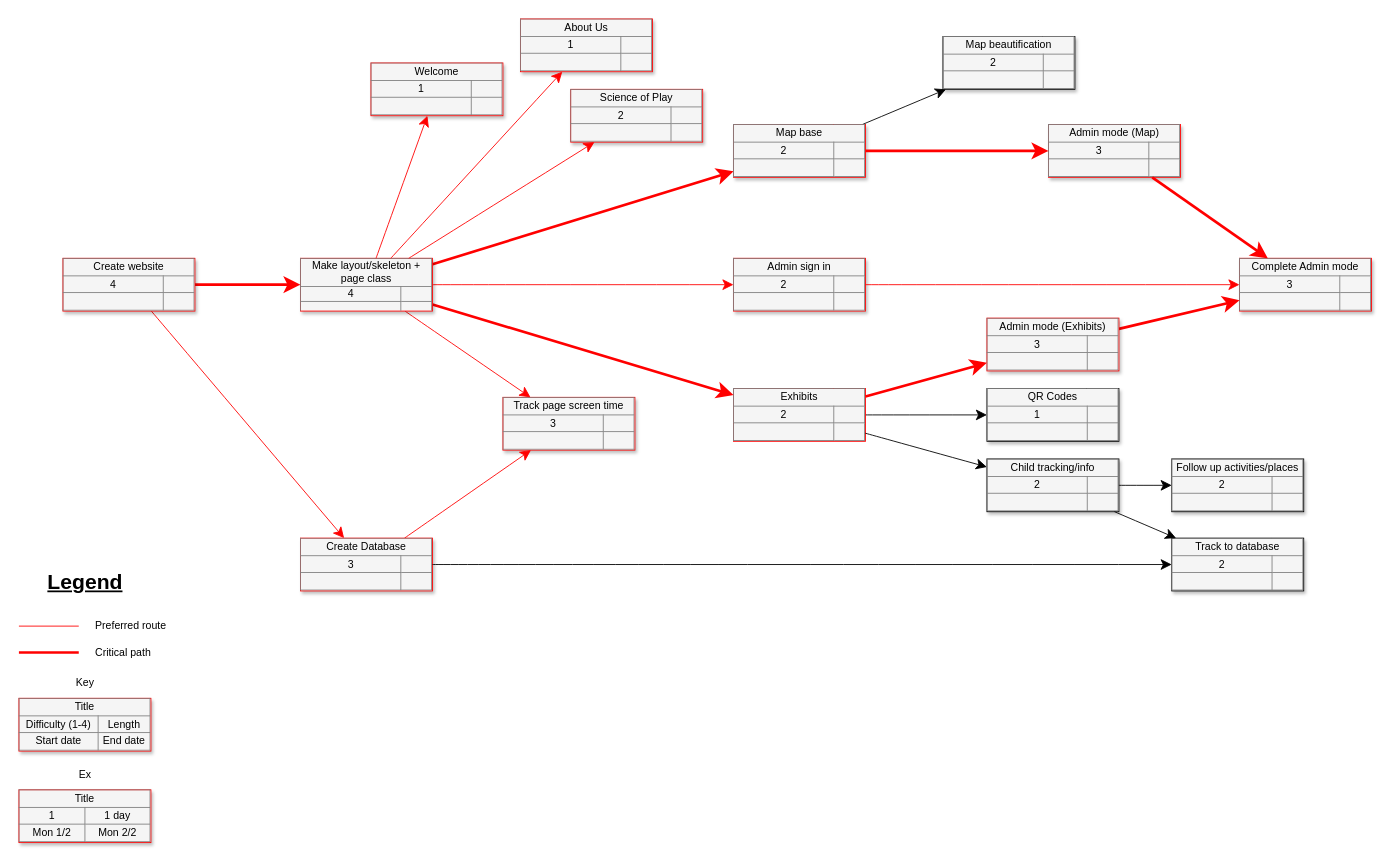
Before: PERT.drawio in LiamBroderick/Group-G-CSC-230, a draw.io diagram. Source tidied: cells renumbered, new cells numbered last; positions are measured from the earlier drawing's top-left corner, leaving out a move shared by most shapes. Both pictures are drawn from the tidied source at 88%, with x=0, y=0 at pixel (18, 18).
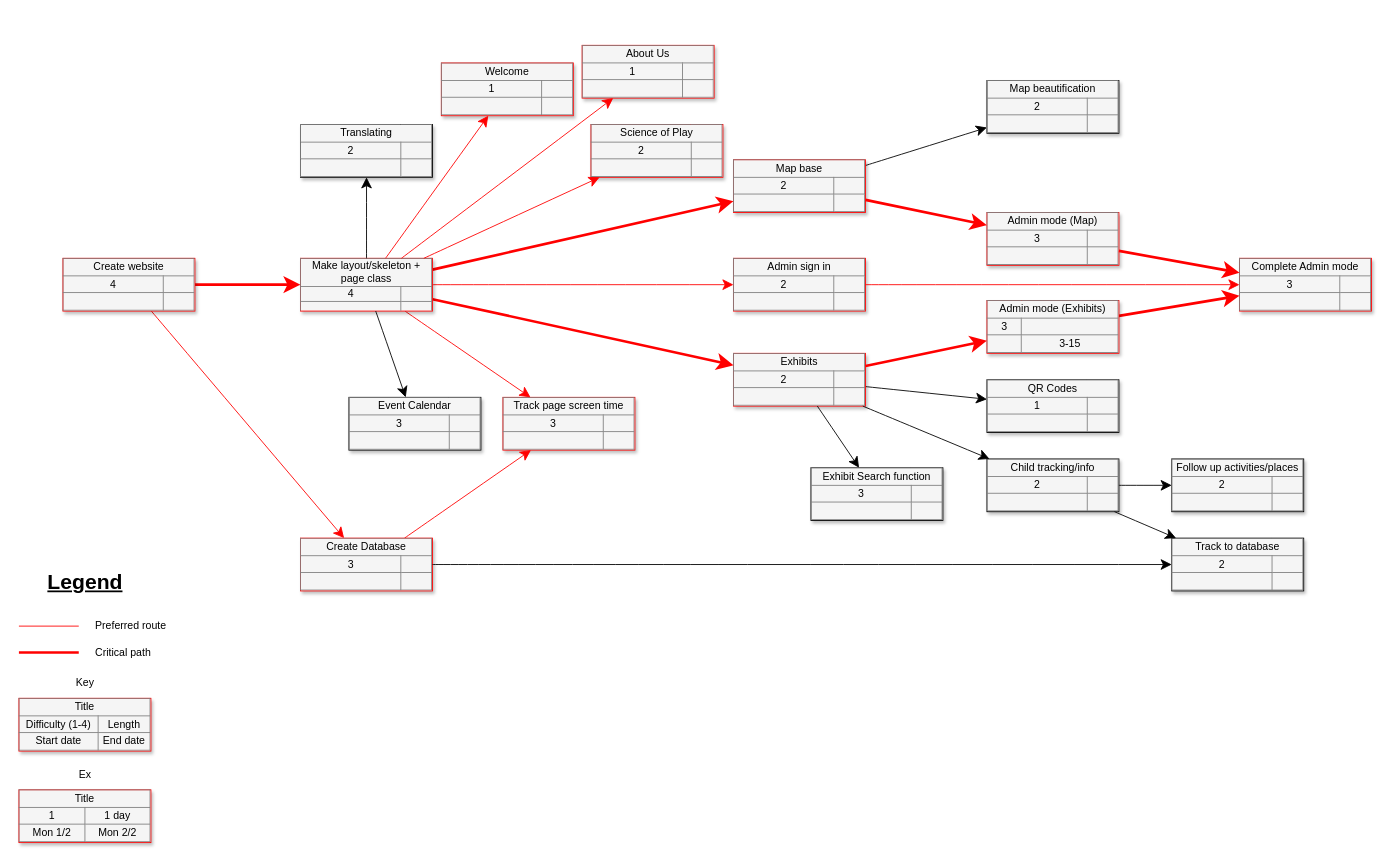
The same diagram, later.

Unchanged cells that the change refers to:
```xml
<mxCell id="17" value="&lt;table border=&quot;1&quot; width=&quot;100%&quot; style=&quot;width: 100% ; height: 100% ; border-collapse: collapse&quot;&gt;&lt;tbody&gt;&lt;tr&gt;&lt;td colspan=&quot;2&quot; align=&quot;center&quot;&gt;Make layout/skeleton +&lt;br&gt;page class&lt;/td&gt;&lt;/tr&gt;&lt;tr&gt;&lt;td align=&quot;center&quot;&gt;4&lt;/td&gt;&lt;td align=&quot;center&quot;&gt;&lt;br&gt;&lt;/td&gt;&lt;/tr&gt;&lt;tr&gt;&lt;td align=&quot;center&quot;&gt;&lt;/td&gt;&lt;td align=&quot;center&quot;&gt;&lt;br&gt;&lt;/td&gt;&lt;/tr&gt;&lt;/tbody&gt;&lt;/table&gt;" style="text;html=1;strokeColor=#FF0000;fillColor=#f5f5f5;overflow=fill;rounded=0;shadow=1;fontSize=12;align=center;" parent="1" vertex="1">
  <mxGeometry x="320" y="272" width="150" height="60" as="geometry" />
</mxCell>
```

The edit, as a diff of the source:
```diff
@@
-    <mxCell id="12" value="&lt;table border=&quot;1&quot; width=&quot;100%&quot; style=&quot;width: 100% ; height: 100% ; border-collapse: collapse&quot;&gt;&lt;tbody&gt;&lt;tr&gt;&lt;td colspan=&quot;2&quot; align=&quot;center&quot;&gt;Exhibits&lt;/td&gt;&lt;/tr&gt;&lt;tr&gt;&lt;td align=&quot;center&quot;&gt;2&lt;/td&gt;&lt;td align=&quot;center&quot;&gt;&lt;/td&gt;&lt;/tr&gt;&lt;tr&gt;&lt;td align=&quot;center&quot;&gt;&lt;/td&gt;&lt;td align=&quot;center&quot;&gt;&lt;br&gt;&lt;/td&gt;&lt;/tr&gt;&lt;/tbody&gt;&lt;/table&gt;" style="text;html=1;strokeColor=#FF0000;fillColor=#f5f5f5;overflow=fill;rounded=0;shadow=0;fontSize=12;align=center;" parent="1" vertex="1">
-      <mxGeometry x="812" y="420" width="150" height="60" as="geometry" />
+    <mxCell id="12" value="&lt;table border=&quot;1&quot; width=&quot;100%&quot; style=&quot;width: 100% ; height: 100% ; border-collapse: collapse&quot;&gt;&lt;tbody&gt;&lt;tr&gt;&lt;td colspan=&quot;2&quot; align=&quot;center&quot;&gt;Exhibits&lt;/td&gt;&lt;/tr&gt;&lt;tr&gt;&lt;td align=&quot;center&quot;&gt;2&lt;/td&gt;&lt;td align=&quot;center&quot;&gt;&lt;/td&gt;&lt;/tr&gt;&lt;tr&gt;&lt;td align=&quot;center&quot;&gt;&lt;/td&gt;&lt;td align=&quot;center&quot;&gt;&lt;br&gt;&lt;/td&gt;&lt;/tr&gt;&lt;/tbody&gt;&lt;/table&gt;" style="text;html=1;strokeColor=#FF0000;fillColor=#f5f5f5;overflow=fill;rounded=0;shadow=1;fontSize=12;align=center;" parent="1" vertex="1">
+      <mxGeometry x="812" y="380" width="150" height="60" as="geometry" />
     </mxCell>
@@
     <mxCell id="21" value="&lt;table border=&quot;1&quot; width=&quot;100%&quot; style=&quot;width: 100% ; height: 100% ; border-collapse: collapse&quot;&gt;&lt;tbody&gt;&lt;tr&gt;&lt;td colspan=&quot;2&quot; align=&quot;center&quot;&gt;Map base&lt;/td&gt;&lt;/tr&gt;&lt;tr&gt;&lt;td align=&quot;center&quot;&gt;2&lt;/td&gt;&lt;td align=&quot;center&quot;&gt;&lt;/td&gt;&lt;/tr&gt;&lt;tr&gt;&lt;td align=&quot;center&quot;&gt;&lt;/td&gt;&lt;td align=&quot;center&quot;&gt;&lt;br&gt;&lt;/td&gt;&lt;/tr&gt;&lt;/tbody&gt;&lt;/table&gt;" style="text;html=1;strokeColor=#FF0000;fillColor=#f5f5f5;overflow=fill;rounded=0;shadow=1;fontSize=12;align=center;" parent="1" vertex="1">
-      <mxGeometry x="812" y="120" width="150" height="60" as="geometry" />
+      <mxGeometry x="812" y="160" width="150" height="60" as="geometry" />
     </mxCell>
@@
-    <mxCell id="23" value="&lt;table border=&quot;1&quot; width=&quot;100%&quot; style=&quot;width: 100% ; height: 100% ; border-collapse: collapse&quot;&gt;&lt;tbody&gt;&lt;tr&gt;&lt;td colspan=&quot;2&quot; align=&quot;center&quot;&gt;Admin mode (Exhibits)&lt;/td&gt;&lt;/tr&gt;&lt;tr&gt;&lt;td align=&quot;center&quot;&gt;3&lt;/td&gt;&lt;td align=&quot;center&quot;&gt;&lt;/td&gt;&lt;/tr&gt;&lt;tr&gt;&lt;td align=&quot;center&quot;&gt;&lt;/td&gt;&lt;td align=&quot;center&quot;&gt;&lt;br&gt;&lt;/td&gt;&lt;/tr&gt;&lt;/tbody&gt;&lt;/table&gt;" style="text;html=1;strokeColor=#FF0000;fillColor=#f5f5f5;overflow=fill;rounded=0;shadow=1;fontSize=12;align=center;" parent="1" vertex="1">
-      <mxGeometry x="1100" y="340" width="150" height="60" as="geometry" />
+    <mxCell id="23" value="&lt;table border=&quot;1&quot; width=&quot;100%&quot; style=&quot;width: 100% ; height: 100% ; border-collapse: collapse&quot;&gt;&lt;tbody&gt;&lt;tr&gt;&lt;td colspan=&quot;2&quot; align=&quot;center&quot;&gt;Admin mode (Exhibits)&lt;/td&gt;&lt;/tr&gt;&lt;tr&gt;&lt;td align=&quot;center&quot;&gt;3&lt;/td&gt;&lt;td align=&quot;center&quot;&gt;&lt;/td&gt;&lt;/tr&gt;&lt;tr&gt;&lt;td align=&quot;center&quot;&gt;&lt;/td&gt;&lt;td align=&quot;center&quot;&gt;3-15&lt;/td&gt;&lt;/tr&gt;&lt;/tbody&gt;&lt;/table&gt;" style="text;html=1;strokeColor=#FF0000;fillColor=#f5f5f5;overflow=fill;rounded=0;shadow=1;fontSize=12;align=center;" parent="1" vertex="1">
+      <mxGeometry x="1100" y="320" width="150" height="60" as="geometry" />
     </mxCell>
     <mxCell id="24" value="&lt;table border=&quot;1&quot; width=&quot;100%&quot; style=&quot;width: 100% ; height: 100% ; border-collapse: collapse&quot;&gt;&lt;tbody&gt;&lt;tr&gt;&lt;td colspan=&quot;2&quot; align=&quot;center&quot;&gt;&lt;font style=&quot;font-size: 12px&quot;&gt;Map beautification&lt;/font&gt;&lt;/td&gt;&lt;/tr&gt;&lt;tr&gt;&lt;td align=&quot;center&quot;&gt;2&lt;/td&gt;&lt;td align=&quot;center&quot;&gt;&lt;/td&gt;&lt;/tr&gt;&lt;tr&gt;&lt;td align=&quot;center&quot;&gt;&lt;/td&gt;&lt;td align=&quot;center&quot;&gt;&lt;br&gt;&lt;/td&gt;&lt;/tr&gt;&lt;/tbody&gt;&lt;/table&gt;" style="text;html=1;strokeColor=#000000;fillColor=#f5f5f5;overflow=fill;rounded=0;shadow=1;fontSize=12;align=center;" parent="1" vertex="1">
-      <mxGeometry x="1050" y="20" width="150" height="60" as="geometry" />
+      <mxGeometry x="1100" y="70" width="150" height="60" as="geometry" />
     </mxCell>
@@
     <mxCell id="26" value="&lt;table border=&quot;1&quot; width=&quot;100%&quot; style=&quot;width: 100% ; height: 100% ; border-collapse: collapse&quot;&gt;&lt;tbody&gt;&lt;tr&gt;&lt;td colspan=&quot;2&quot; align=&quot;center&quot;&gt;QR Codes&lt;/td&gt;&lt;/tr&gt;&lt;tr&gt;&lt;td align=&quot;center&quot;&gt;1&lt;/td&gt;&lt;td align=&quot;center&quot;&gt;&lt;br&gt;&lt;/td&gt;&lt;/tr&gt;&lt;tr&gt;&lt;td align=&quot;center&quot;&gt;&lt;/td&gt;&lt;td align=&quot;center&quot;&gt;&lt;br&gt;&lt;/td&gt;&lt;/tr&gt;&lt;/tbody&gt;&lt;/table&gt;" style="text;html=1;strokeColor=#000000;fillColor=#f5f5f5;overflow=fill;rounded=0;shadow=1;fontSize=12;align=center;" parent="1" vertex="1">
-      <mxGeometry x="1100" y="420" width="150" height="60" as="geometry" />
+      <mxGeometry x="1100" y="410" width="150" height="60" as="geometry" />
     </mxCell>
@@
     <mxCell id="35" value="&lt;table border=&quot;1&quot; width=&quot;100%&quot; style=&quot;width: 100% ; height: 100% ; border-collapse: collapse&quot;&gt;&lt;tbody&gt;&lt;tr&gt;&lt;td colspan=&quot;2&quot; align=&quot;center&quot;&gt;Admin mode (Map)&lt;/td&gt;&lt;/tr&gt;&lt;tr&gt;&lt;td align=&quot;center&quot;&gt;3&lt;/td&gt;&lt;td align=&quot;center&quot;&gt;&lt;br&gt;&lt;/td&gt;&lt;/tr&gt;&lt;tr&gt;&lt;td align=&quot;center&quot;&gt;&lt;/td&gt;&lt;td align=&quot;center&quot;&gt;&lt;br&gt;&lt;/td&gt;&lt;/tr&gt;&lt;/tbody&gt;&lt;/table&gt;" style="text;html=1;strokeColor=#FF0000;fillColor=#f5f5f5;overflow=fill;rounded=0;shadow=1;fontSize=12;align=center;" parent="1" vertex="1">
-      <mxGeometry x="1170" y="120" width="150" height="60" as="geometry" />
+      <mxGeometry x="1100" y="220" width="150" height="60" as="geometry" />
     </mxCell>
@@
     <mxCell id="42" value="&lt;table border=&quot;1&quot; width=&quot;100%&quot; style=&quot;width: 100% ; height: 100% ; border-collapse: collapse&quot;&gt;&lt;tbody&gt;&lt;tr&gt;&lt;td colspan=&quot;2&quot; align=&quot;center&quot;&gt;Welcome&lt;/td&gt;&lt;/tr&gt;&lt;tr&gt;&lt;td align=&quot;center&quot;&gt;1&lt;/td&gt;&lt;td align=&quot;center&quot;&gt;&lt;/td&gt;&lt;/tr&gt;&lt;tr&gt;&lt;td align=&quot;center&quot;&gt;&lt;/td&gt;&lt;td align=&quot;center&quot;&gt;&lt;br&gt;&lt;/td&gt;&lt;/tr&gt;&lt;/tbody&gt;&lt;/table&gt;" style="text;html=1;strokeColor=#FF0000;fillColor=#f5f5f5;overflow=fill;rounded=0;shadow=1;fontSize=12;align=center;" parent="1" vertex="1">
-      <mxGeometry x="400" y="50" width="150" height="60" as="geometry" />
+      <mxGeometry x="480" y="50" width="150" height="60" as="geometry" />
     </mxCell>
     <mxCell id="43" value="&lt;table border=&quot;1&quot; width=&quot;100%&quot; style=&quot;width: 100% ; height: 100% ; border-collapse: collapse&quot;&gt;&lt;tbody&gt;&lt;tr&gt;&lt;td colspan=&quot;2&quot; align=&quot;center&quot;&gt;About Us&lt;/td&gt;&lt;/tr&gt;&lt;tr&gt;&lt;td align=&quot;center&quot;&gt;1&lt;/td&gt;&lt;td align=&quot;center&quot;&gt;&lt;/td&gt;&lt;/tr&gt;&lt;tr&gt;&lt;td align=&quot;center&quot;&gt;&lt;/td&gt;&lt;td align=&quot;center&quot;&gt;&lt;br&gt;&lt;/td&gt;&lt;/tr&gt;&lt;/tbody&gt;&lt;/table&gt;" style="text;html=1;strokeColor=#FF0000;fillColor=#f5f5f5;overflow=fill;rounded=0;shadow=1;fontSize=12;align=center;" parent="1" vertex="1">
-      <mxGeometry x="570" width="150" height="60" as="geometry" />
+      <mxGeometry x="640" y="30" width="150" height="60" as="geometry" />
     </mxCell>
     <mxCell id="44" value="&lt;table border=&quot;1&quot; width=&quot;100%&quot; style=&quot;width: 100% ; height: 100% ; border-collapse: collapse&quot;&gt;&lt;tbody&gt;&lt;tr&gt;&lt;td colspan=&quot;2&quot; align=&quot;center&quot;&gt;Science of Play&lt;/td&gt;&lt;/tr&gt;&lt;tr&gt;&lt;td align=&quot;center&quot;&gt;2&lt;/td&gt;&lt;td align=&quot;center&quot;&gt;&lt;/td&gt;&lt;/tr&gt;&lt;tr&gt;&lt;td align=&quot;center&quot;&gt;&lt;/td&gt;&lt;td align=&quot;center&quot;&gt;&lt;br&gt;&lt;/td&gt;&lt;/tr&gt;&lt;/tbody&gt;&lt;/table&gt;" style="text;html=1;strokeColor=#FF0000;fillColor=#f5f5f5;overflow=fill;rounded=0;shadow=1;fontSize=12;align=center;" parent="1" vertex="1">
-      <mxGeometry x="627" y="80" width="150" height="60" as="geometry" />
+      <mxGeometry x="650" y="120" width="150" height="60" as="geometry" />
     </mxCell>
@@
+    <mxCell id="55" value="&lt;table border=&quot;1&quot; width=&quot;100%&quot; style=&quot;width: 100% ; height: 100% ; border-collapse: collapse&quot;&gt;&lt;tbody&gt;&lt;tr&gt;&lt;td colspan=&quot;2&quot; align=&quot;center&quot;&gt;Exhibit Search function&lt;/td&gt;&lt;/tr&gt;&lt;tr&gt;&lt;td align=&quot;center&quot;&gt;3&lt;/td&gt;&lt;td align=&quot;center&quot;&gt;&lt;/td&gt;&lt;/tr&gt;&lt;tr&gt;&lt;td align=&quot;center&quot;&gt;&lt;/td&gt;&lt;td align=&quot;center&quot;&gt;&lt;br&gt;&lt;/td&gt;&lt;/tr&gt;&lt;/tbody&gt;&lt;/table&gt;" style="text;html=1;strokeColor=#000000;fillColor=#f5f5f5;overflow=fill;rounded=0;shadow=1;fontSize=12;align=center;" parent="1" vertex="1">
+      <mxGeometry x="900" y="510" width="150" height="60" as="geometry" />
+    </mxCell>
+    <mxCell id="56" style="edgeStyle=none;curved=1;html=1;startSize=10;endArrow=classic;endFill=1;endSize=10;strokeColor=#000000;strokeWidth=1;fontSize=12;" parent="1" edge="1" source="12" target="55">
+      <mxGeometry relative="1" as="geometry" />
+    </mxCell>
+    <mxCell id="57" value="&lt;table border=&quot;1&quot; width=&quot;100%&quot; style=&quot;width: 100% ; height: 100% ; border-collapse: collapse&quot;&gt;&lt;tbody&gt;&lt;tr&gt;&lt;td colspan=&quot;2&quot; align=&quot;center&quot;&gt;Event Calendar&lt;/td&gt;&lt;/tr&gt;&lt;tr&gt;&lt;td align=&quot;center&quot;&gt;3&lt;/td&gt;&lt;td align=&quot;center&quot;&gt;&lt;/td&gt;&lt;/tr&gt;&lt;tr&gt;&lt;td align=&quot;center&quot;&gt;&lt;/td&gt;&lt;td align=&quot;center&quot;&gt;&lt;br&gt;&lt;/td&gt;&lt;/tr&gt;&lt;/tbody&gt;&lt;/table&gt;" style="text;html=1;strokeColor=#000000;fillColor=#f5f5f5;overflow=fill;rounded=0;shadow=1;fontSize=12;align=center;" parent="1" vertex="1">
+      <mxGeometry x="375" y="430" width="150" height="60" as="geometry" />
+    </mxCell>
+    <mxCell id="58" style="edgeStyle=none;curved=1;html=1;startSize=10;endArrow=classic;endFill=1;endSize=10;strokeColor=#000000;strokeWidth=1;fontSize=12;" parent="1" edge="1" source="17" target="57">
+      <mxGeometry relative="1" as="geometry" />
+    </mxCell>
+    <mxCell id="59" value="&lt;table border=&quot;1&quot; width=&quot;100%&quot; style=&quot;width: 100% ; height: 100% ; border-collapse: collapse&quot;&gt;&lt;tbody&gt;&lt;tr&gt;&lt;td colspan=&quot;2&quot; align=&quot;center&quot;&gt;Translating&lt;/td&gt;&lt;/tr&gt;&lt;tr&gt;&lt;td align=&quot;center&quot;&gt;2&lt;/td&gt;&lt;td align=&quot;center&quot;&gt;&lt;/td&gt;&lt;/tr&gt;&lt;tr&gt;&lt;td align=&quot;center&quot;&gt;&lt;/td&gt;&lt;td align=&quot;center&quot;&gt;&lt;br&gt;&lt;/td&gt;&lt;/tr&gt;&lt;/tbody&gt;&lt;/table&gt;" style="text;html=1;strokeColor=#000000;fillColor=#f5f5f5;overflow=fill;rounded=0;shadow=1;fontSize=12;align=center;" parent="1" vertex="1">
+      <mxGeometry x="320" y="120" width="150" height="60" as="geometry" />
+    </mxCell>
+    <mxCell id="60" style="edgeStyle=none;curved=1;html=1;startSize=10;endArrow=classic;endFill=1;endSize=10;strokeColor=#000000;strokeWidth=1;fontSize=12;" parent="1" edge="1" source="17" target="59">
+      <mxGeometry relative="1" as="geometry" />
+    </mxCell>
```
